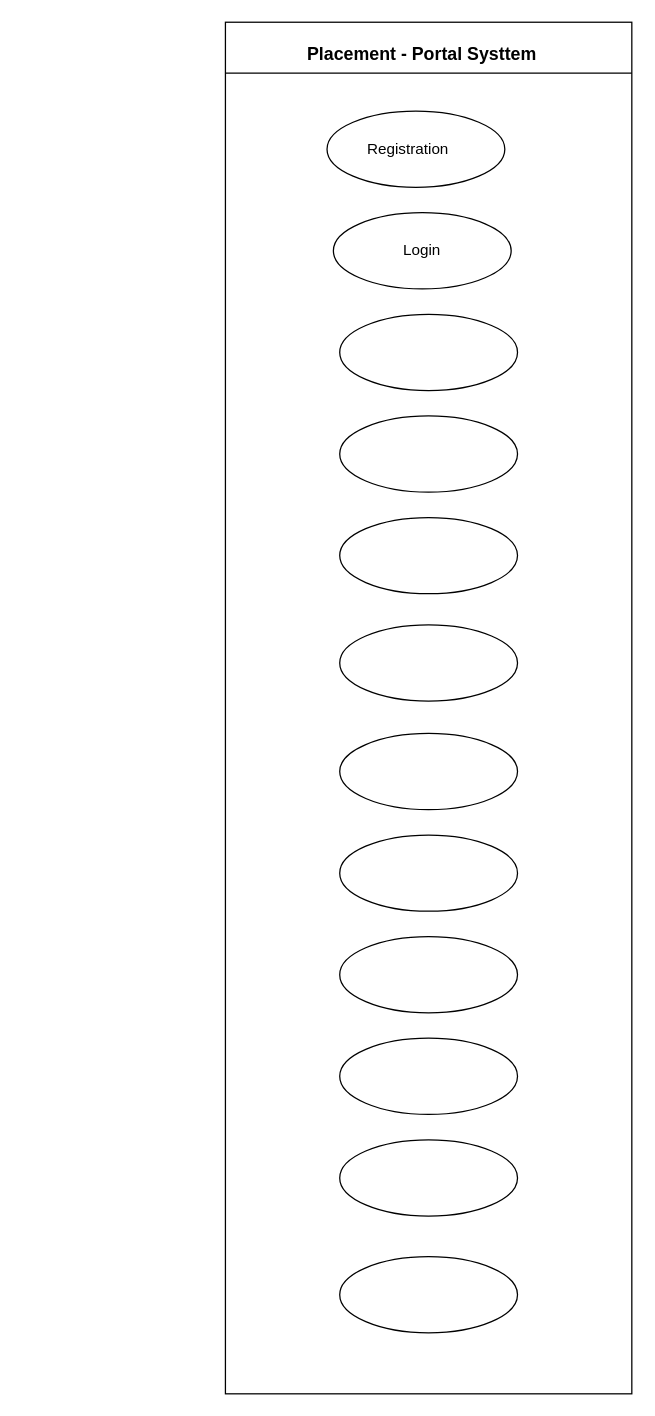
The draw.io diagram useCase.drawio in shalulaha/Minor_Project, before the edit. Source tidied: cells renumbered, new cells numbered last; positions are measured from the earlier drawing's top-left corner, leaving out a move shared by most shapes. Both pictures are drawn from the tidied source at 127%, with x=0, y=0 at pixel (225, 22).
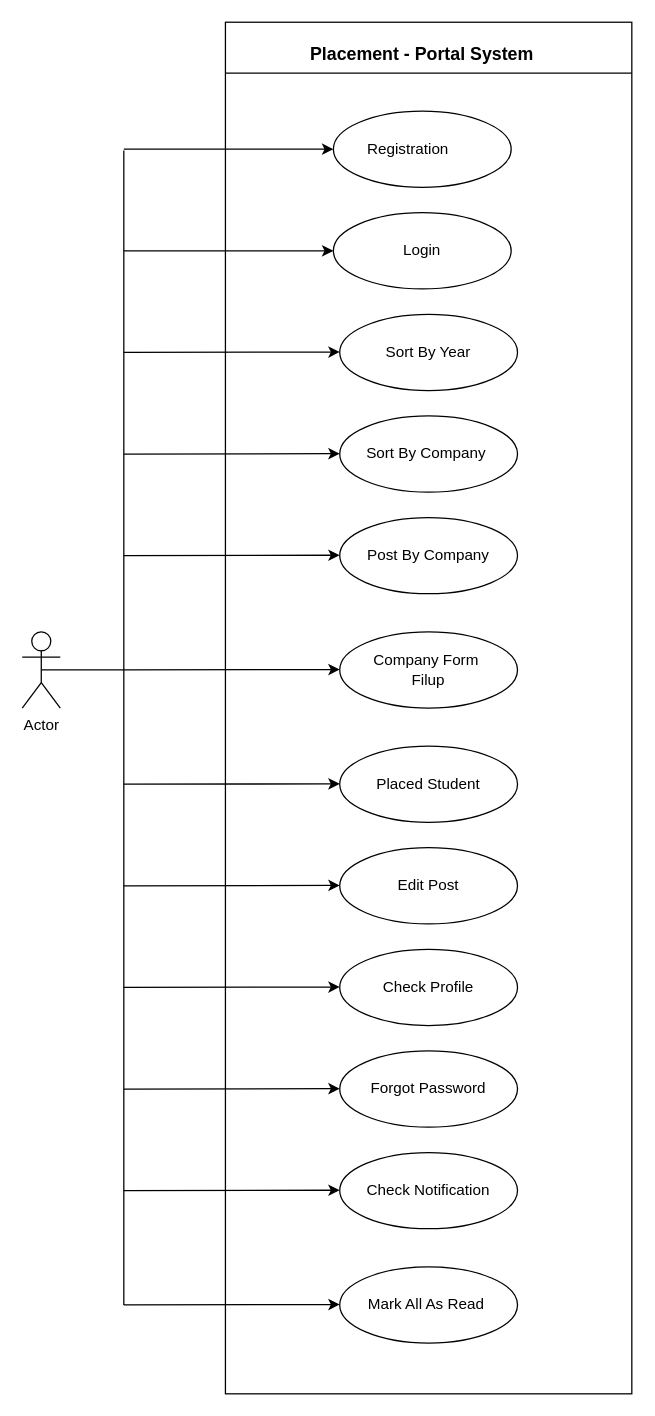
The same diagram, later.

Unchanged cells that the change refers to:
```xml
<mxCell id="8" style="ellipse;whiteSpace=wrap;html=1;" parent="1" vertex="1">
  <mxGeometry x="85" y="150" width="140" height="60" as="geometry" />
</mxCell>
```

The edit, as a diff of the source:
```diff
@@
-    <mxCell id="4" value="&lt;b&gt;&lt;font style=&quot;font-size: 14px;&quot;&gt;Placement - Portal Systtem&lt;/font&gt;&lt;/b&gt;" style="text;html=1;align=center;verticalAlign=middle;whiteSpace=wrap;rounded=0;" parent="1" vertex="1">
+    <mxCell id="4" value="&lt;b&gt;&lt;font style=&quot;font-size: 14px;&quot;&gt;Placement - Portal System&lt;/font&gt;&lt;/b&gt;" style="text;html=1;align=center;verticalAlign=middle;whiteSpace=wrap;rounded=0;" parent="1" vertex="1">
       <mxGeometry x="50" y="10" width="210" height="30" as="geometry" />
     </mxCell>
     <mxCell id="5" style="ellipse;whiteSpace=wrap;html=1;" parent="1" vertex="1">
-      <mxGeometry x="80" y="70" width="140" height="60" as="geometry" />
+      <mxGeometry x="85" y="70" width="140" height="60" as="geometry" />
     </mxCell>
-    <mxCell id="6" style="ellipse;whiteSpace=wrap;html=1;" parent="1" vertex="1">
+    <mxCell id="6" value="Sort By Company&amp;nbsp;" style="ellipse;whiteSpace=wrap;html=1;" parent="1" vertex="1">
       <mxGeometry x="90" y="310" width="140" height="60" as="geometry" />
     </mxCell>
-    <mxCell id="7" style="ellipse;whiteSpace=wrap;html=1;" parent="1" vertex="1">
+    <mxCell id="7" value="Sort By Year" style="ellipse;whiteSpace=wrap;html=1;" parent="1" vertex="1">
       <mxGeometry x="90" y="230" width="140" height="60" as="geometry" />
     </mxCell>
@@
-    <mxCell id="9" style="ellipse;whiteSpace=wrap;html=1;" parent="1" vertex="1">
+    <mxCell id="9" value="Post By Company" style="ellipse;whiteSpace=wrap;html=1;" parent="1" vertex="1">
       <mxGeometry x="90" y="390" width="140" height="60" as="geometry" />
     </mxCell>
-    <mxCell id="10" style="ellipse;whiteSpace=wrap;html=1;" parent="1" vertex="1">
-      <mxGeometry x="90" y="474.5" width="140" height="60" as="geometry" />
+    <mxCell id="10" value="Mark All As Read&amp;nbsp;" style="ellipse;whiteSpace=wrap;html=1;" parent="1" vertex="1">
+      <mxGeometry x="90" y="980" width="140" height="60" as="geometry" />
     </mxCell>
-    <mxCell id="11" style="ellipse;whiteSpace=wrap;html=1;" parent="1" vertex="1">
-      <mxGeometry x="90" y="560" width="140" height="60" as="geometry" />
+    <mxCell id="11" value="Company Form&amp;nbsp;&lt;div&gt;Filup&lt;/div&gt;" style="ellipse;whiteSpace=wrap;html=1;" parent="1" vertex="1">
+      <mxGeometry x="90" y="480" width="140" height="60" as="geometry" />
     </mxCell>
-    <mxCell id="12" style="ellipse;whiteSpace=wrap;html=1;" parent="1" vertex="1">
-      <mxGeometry x="90" y="640" width="140" height="60" as="geometry" />
+    <mxCell id="12" value="Placed Student" style="ellipse;whiteSpace=wrap;html=1;" parent="1" vertex="1">
+      <mxGeometry x="90" y="570" width="140" height="60" as="geometry" />
     </mxCell>
-    <mxCell id="13" style="ellipse;whiteSpace=wrap;html=1;" parent="1" vertex="1">
-      <mxGeometry x="90" y="720" width="140" height="60" as="geometry" />
+    <mxCell id="13" value="Edit Post" style="ellipse;whiteSpace=wrap;html=1;" parent="1" vertex="1">
+      <mxGeometry x="90" y="650" width="140" height="60" as="geometry" />
     </mxCell>
-    <mxCell id="14" style="ellipse;whiteSpace=wrap;html=1;" parent="1" vertex="1">
-      <mxGeometry x="90" y="800" width="140" height="60" as="geometry" />
+    <mxCell id="14" value="Check Profile" style="ellipse;whiteSpace=wrap;html=1;" parent="1" vertex="1">
+      <mxGeometry x="90" y="730" width="140" height="60" as="geometry" />
     </mxCell>
-    <mxCell id="15" style="ellipse;whiteSpace=wrap;html=1;" parent="1" vertex="1">
-      <mxGeometry x="90" y="880" width="140" height="60" as="geometry" />
+    <mxCell id="15" value="Forgot Password" style="ellipse;whiteSpace=wrap;html=1;" parent="1" vertex="1">
+      <mxGeometry x="90" y="810" width="140" height="60" as="geometry" />
     </mxCell>
-    <mxCell id="16" style="ellipse;whiteSpace=wrap;html=1;" parent="1" vertex="1">
-      <mxGeometry x="90" y="972" width="140" height="60" as="geometry" />
+    <mxCell id="16" value="Check Notification" style="ellipse;whiteSpace=wrap;html=1;" parent="1" vertex="1">
+      <mxGeometry x="90" y="890" width="140" height="60" as="geometry" />
     </mxCell>
@@
+    <mxCell id="19" value="Actor" style="shape=umlActor;verticalLabelPosition=bottom;verticalAlign=top;html=1;" parent="1" vertex="1">
+      <mxGeometry x="-160" y="480" width="30" height="60" as="geometry" />
+    </mxCell>
+    <mxCell id="20" style="endArrow=none;html=1;rounded=0;exitX=0.5;exitY=0.5;exitDx=0;exitDy=0;exitPerimeter=0;" parent="1" edge="1" source="19">
+      <mxGeometry relative="1" as="geometry">
+        <mxPoint x="-80" y="510" as="targetPoint" />
+      </mxGeometry>
+    </mxCell>
+    <mxCell id="21" style="endArrow=none;html=1;rounded=0;" parent="1" edge="1">
+      <mxGeometry relative="1" as="geometry">
+        <mxPoint x="-80" y="1010" as="sourcePoint" />
+        <mxPoint x="-80" y="101" as="targetPoint" />
+      </mxGeometry>
+    </mxCell>
+    <mxCell id="22" style="endArrow=classic;html=1;rounded=0;entryX=0;entryY=0.5;entryDx=0;entryDy=0;" parent="1" edge="1" target="5">
+      <mxGeometry relative="1" as="geometry">
+        <mxPoint x="-80" y="100" as="sourcePoint" />
+      </mxGeometry>
+    </mxCell>
+    <mxCell id="23" style="endArrow=classic;html=1;rounded=0;entryX=0;entryY=0.5;entryDx=0;entryDy=0;" parent="1" edge="1" target="8">
+      <mxGeometry relative="1" as="geometry">
+        <mxPoint x="-80" y="180" as="sourcePoint" />
+      </mxGeometry>
+    </mxCell>
+    <mxCell id="24" style="endArrow=classic;html=1;rounded=0;entryX=0;entryY=0.5;entryDx=0;entryDy=0;" parent="1" edge="1">
+      <mxGeometry relative="1" as="geometry">
+        <mxPoint x="-80" y="260" as="sourcePoint" />
+        <mxPoint x="90" y="259.7" as="targetPoint" />
+      </mxGeometry>
+    </mxCell>
+    <mxCell id="25" style="endArrow=classic;html=1;rounded=0;entryX=0;entryY=0.5;entryDx=0;entryDy=0;" parent="1" edge="1">
+      <mxGeometry relative="1" as="geometry">
+        <mxPoint x="-80" y="340" as="sourcePoint" />
+        <mxPoint x="90" y="339.7" as="targetPoint" />
+      </mxGeometry>
+    </mxCell>
+    <mxCell id="26" style="endArrow=classic;html=1;rounded=0;entryX=0;entryY=0.5;entryDx=0;entryDy=0;" parent="1" edge="1">
+      <mxGeometry relative="1" as="geometry">
+        <mxPoint x="-80" y="420" as="sourcePoint" />
+        <mxPoint x="90" y="419.7" as="targetPoint" />
+      </mxGeometry>
+    </mxCell>
+    <mxCell id="27" style="endArrow=classic;html=1;rounded=0;entryX=0;entryY=0.5;entryDx=0;entryDy=0;" parent="1" edge="1">
+      <mxGeometry relative="1" as="geometry">
+        <mxPoint x="-80" y="510" as="sourcePoint" />
+        <mxPoint x="90" y="509.7" as="targetPoint" />
+      </mxGeometry>
+    </mxCell>
+    <mxCell id="28" style="endArrow=classic;html=1;rounded=0;entryX=0;entryY=0.5;entryDx=0;entryDy=0;" parent="1" edge="1">
+      <mxGeometry relative="1" as="geometry">
+        <mxPoint x="-80" y="600" as="sourcePoint" />
+        <mxPoint x="90" y="599.7" as="targetPoint" />
+      </mxGeometry>
+    </mxCell>
+    <mxCell id="29" style="endArrow=classic;html=1;rounded=0;entryX=0;entryY=0.5;entryDx=0;entryDy=0;" parent="1" edge="1">
+      <mxGeometry relative="1" as="geometry">
+        <mxPoint x="-80" y="680" as="sourcePoint" />
+        <mxPoint x="90" y="679.7" as="targetPoint" />
+      </mxGeometry>
+    </mxCell>
+    <mxCell id="30" style="endArrow=classic;html=1;rounded=0;entryX=0;entryY=0.5;entryDx=0;entryDy=0;" parent="1" edge="1">
+      <mxGeometry relative="1" as="geometry">
+        <mxPoint x="-80" y="760" as="sourcePoint" />
+        <mxPoint x="90" y="759.7" as="targetPoint" />
+      </mxGeometry>
+    </mxCell>
+    <mxCell id="31" style="endArrow=classic;html=1;rounded=0;entryX=0;entryY=0.5;entryDx=0;entryDy=0;" parent="1" edge="1">
+      <mxGeometry relative="1" as="geometry">
+        <mxPoint x="-80" y="840" as="sourcePoint" />
+        <mxPoint x="90" y="839.7" as="targetPoint" />
+      </mxGeometry>
+    </mxCell>
+    <mxCell id="32" style="endArrow=classic;html=1;rounded=0;entryX=0;entryY=0.5;entryDx=0;entryDy=0;" parent="1" edge="1">
+      <mxGeometry relative="1" as="geometry">
+        <mxPoint x="-80" y="920" as="sourcePoint" />
+        <mxPoint x="90" y="919.7" as="targetPoint" />
+      </mxGeometry>
+    </mxCell>
+    <mxCell id="33" style="endArrow=classic;html=1;rounded=0;entryX=0;entryY=0.5;entryDx=0;entryDy=0;" parent="1" edge="1">
+      <mxGeometry relative="1" as="geometry">
+        <mxPoint x="-80" y="1010" as="sourcePoint" />
+        <mxPoint x="90" y="1009.7" as="targetPoint" />
+      </mxGeometry>
+    </mxCell>
```
